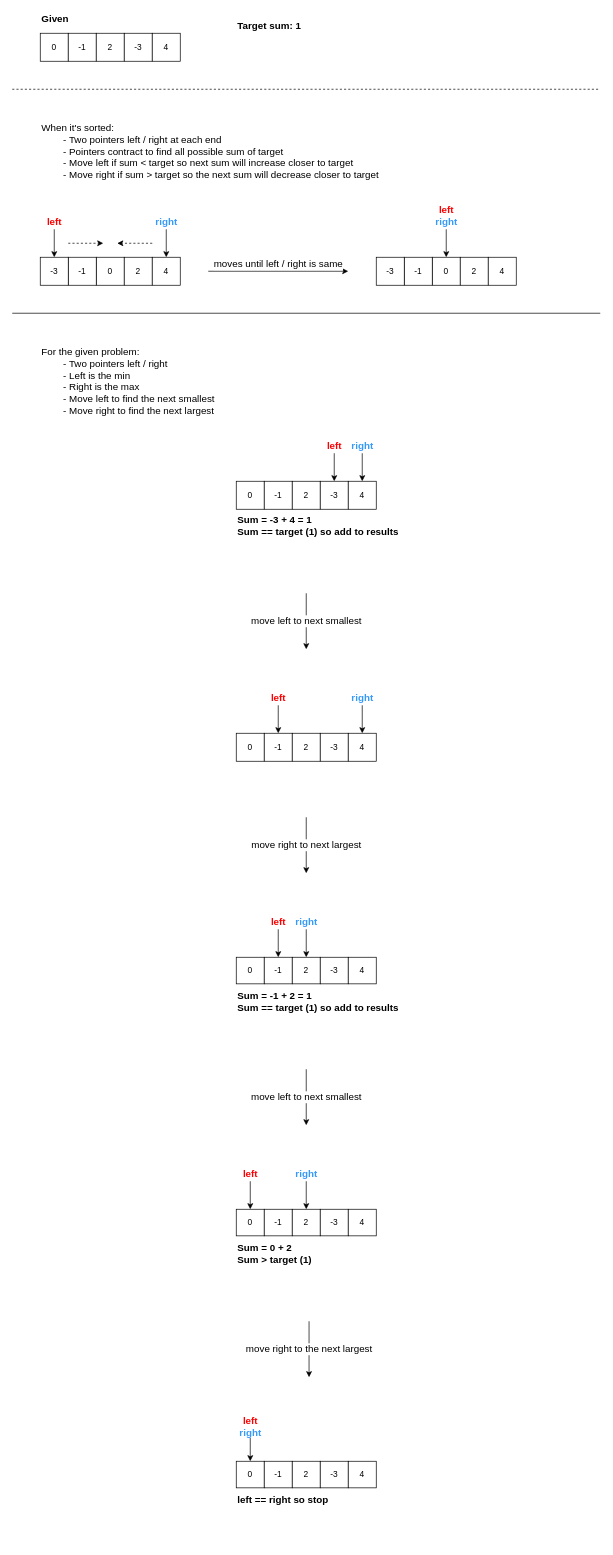
Above: page "Page-1" (1 of 3) of 1879-two-sum-vii.drawio in moredrowsy/leetcode (draw.io), before the change. Source tidied: cells renumbered, new cells numbered last; positions are measured from the earlier drawing's top-left corner, leaving out a move shared by most shapes. Both pictures are drawn from the tidied source at 70%, with x=0, y=0 at pixel (12, 12).
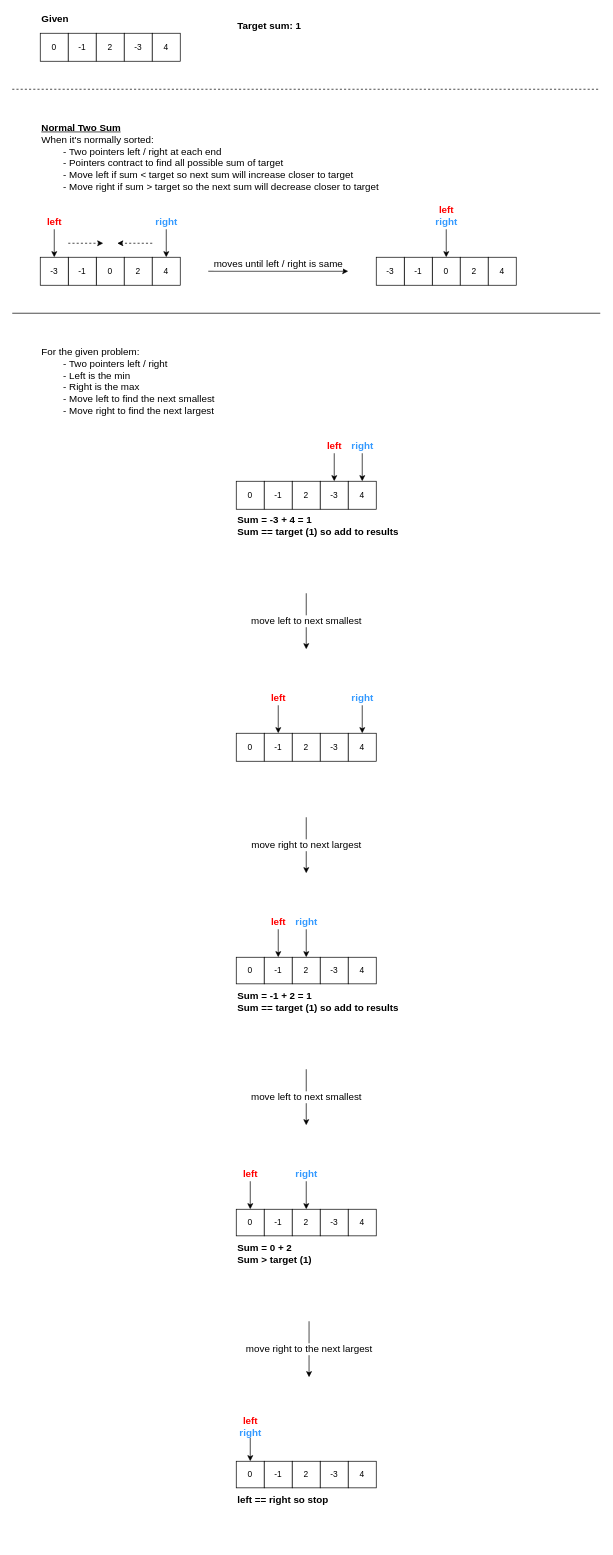
Above is the later version.

Change to the diagram source:
```diff
@@
-    <mxCell id="13" value="&lt;span&gt;When it's sorted:&lt;br&gt;&lt;span style=&quot;white-space: pre&quot;&gt;&#9;&lt;/span&gt;- Two pointers left / right at each end&lt;br&gt;&lt;span style=&quot;white-space: pre&quot;&gt;&#9;&lt;/span&gt;- Pointers contract to find all possible sum of target&lt;br&gt;&lt;span style=&quot;white-space: pre&quot;&gt;&#9;&lt;/span&gt;- Move left if sum &amp;lt; target so next sum will increase closer to target&lt;br&gt;&lt;span style=&quot;white-space: pre&quot;&gt;&#9;&lt;/span&gt;- Move right if sum &amp;gt; target so the next sum will decrease closer to target&amp;nbsp;&lt;/span&gt;" style="text;html=1;strokeColor=none;fillColor=none;align=left;verticalAlign=top;whiteSpace=wrap;rounded=0;fontStyle=0;fontSize=14;spacingTop=0;" parent="1" vertex="1">
+    <mxCell id="13" value="&lt;span&gt;&lt;b&gt;&lt;u&gt;Normal Two Sum&lt;/u&gt;&lt;/b&gt;&lt;br&gt;When it's normally sorted:&lt;br&gt;&lt;span style=&quot;white-space: pre&quot;&gt;&#9;&lt;/span&gt;- Two pointers left / right at each end&lt;br&gt;&lt;span style=&quot;white-space: pre&quot;&gt;&#9;&lt;/span&gt;- Pointers contract to find all possible sum of target&lt;br&gt;&lt;span style=&quot;white-space: pre&quot;&gt;&#9;&lt;/span&gt;- Move left if sum &amp;lt; target so next sum will increase closer to target&lt;br&gt;&lt;span style=&quot;white-space: pre&quot;&gt;&#9;&lt;/span&gt;- Move right if sum &amp;gt; target so the next sum will decrease closer to target&amp;nbsp;&lt;/span&gt;" style="text;html=1;strokeColor=none;fillColor=none;align=left;verticalAlign=top;whiteSpace=wrap;rounded=0;fontStyle=0;fontSize=14;spacingTop=0;" parent="1" vertex="1">
       <mxGeometry x="40" y="150" width="800" height="120" as="geometry" />
     </mxCell>
```
